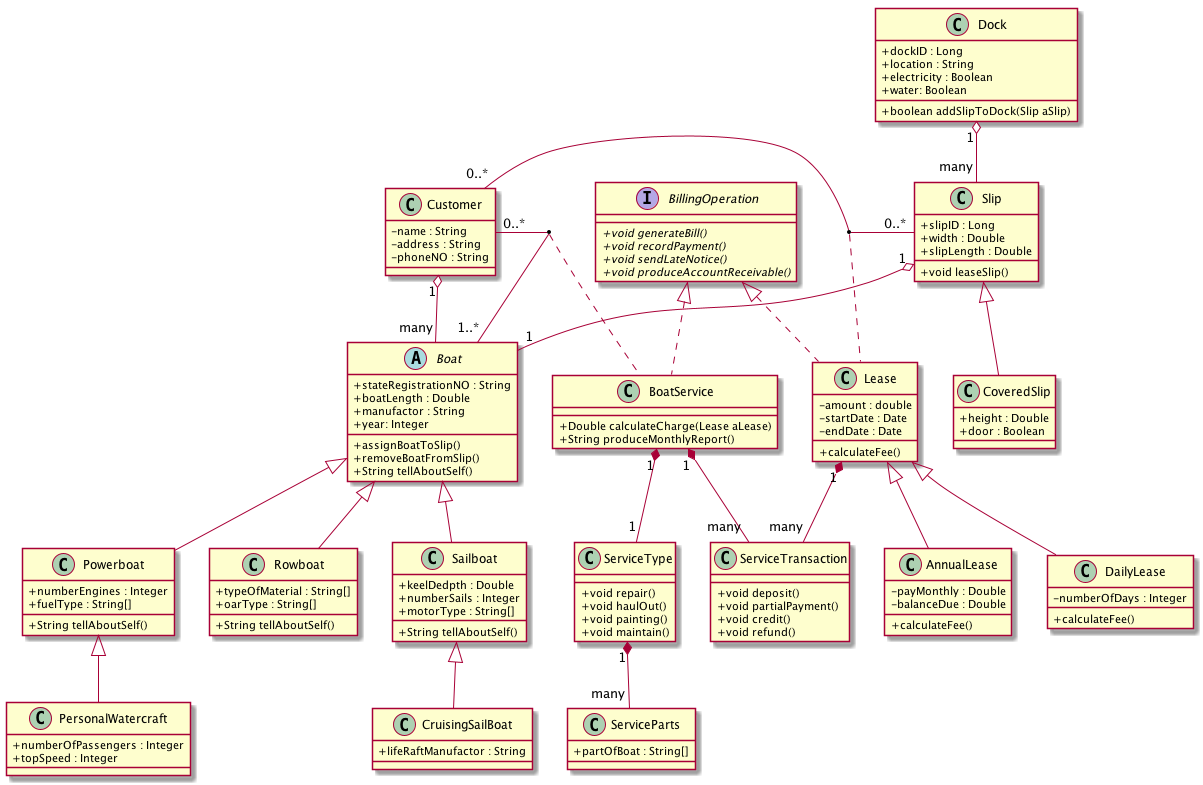
The PlantUML diagram diagram/Bradshaw Marina Case Study Class Diagram.png in Ying-LUO/Java2_Assignment2, before a commit.
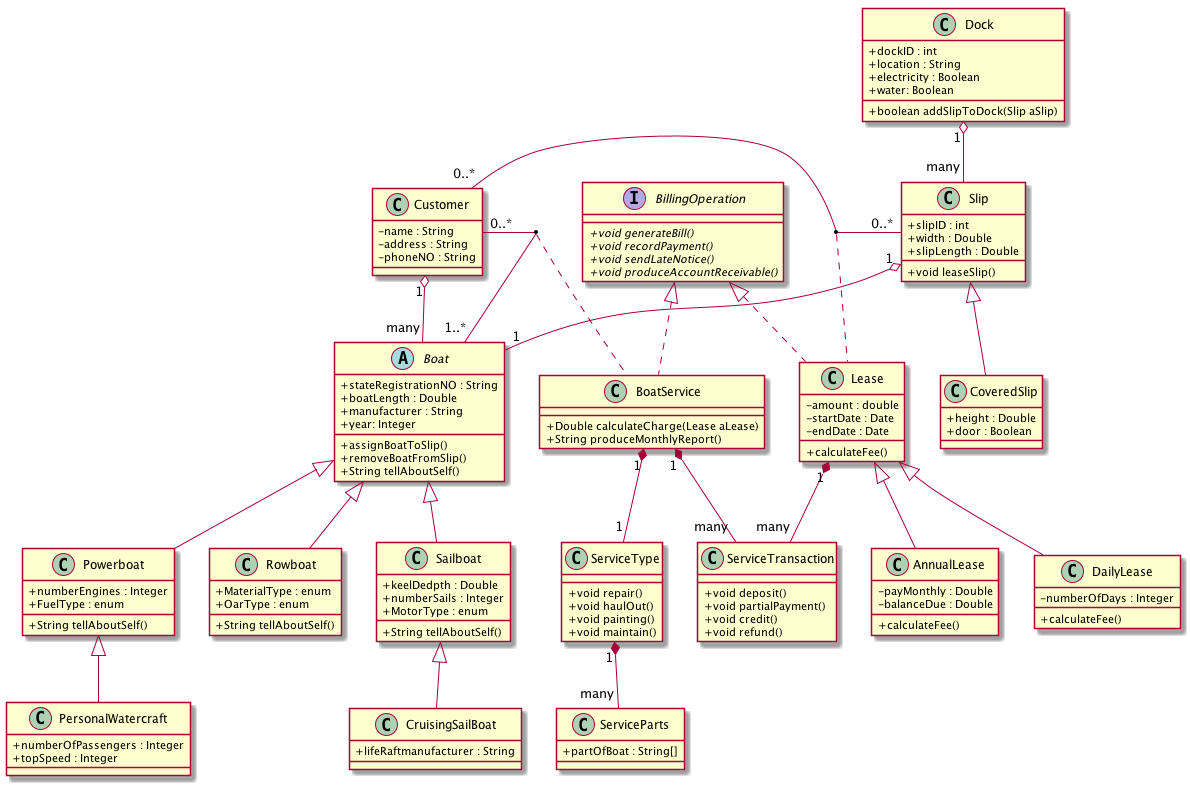
The same diagram one commit later.

Diff of the diagram source:
```diff
@@ -21,7 +21,7 @@
 abstract class Boat{
     +stateRegistrationNO : String
     +boatLength : Double
-    +manufactor : String
+    +manufacturer : String
     +year: Integer
     +assignBoatToSlip()
     +removeBoatFromSlip()
@@ -31,24 +31,24 @@
 class Sailboat{
     +keelDedpth : Double
     +numberSails : Integer
-    +motorType : String[]
+    +MotorType : enum
     +String tellAboutSelf()
 }
 
 class Powerboat{
     +numberEngines : Integer
-    +fuelType : String[]
+    +FuelType : enum
     +String tellAboutSelf()
 }
 
 class Rowboat{
-    +typeOfMaterial : String[]
-    +oarType : String[]
+    +MaterialType : enum
+    +OarType : enum
     +String tellAboutSelf()
 }
 
 class CruisingSailBoat{
-    +lifeRaftManufactor : String
+    +lifeRaftmanufacturer : String
 }
 
 class PersonalWatercraft{
@@ -63,7 +63,7 @@
 }
 
 class Slip{
-    +slipID : Long
+    +slipID : int
     +width : Double
     +slipLength : Double
     +void leaseSlip()
@@ -75,7 +75,7 @@
 }
 
 class Dock{
-    +dockID : Long
+    +dockID : int
     +location : String
     +electricity : Boolean
     +water: Boolean
```
